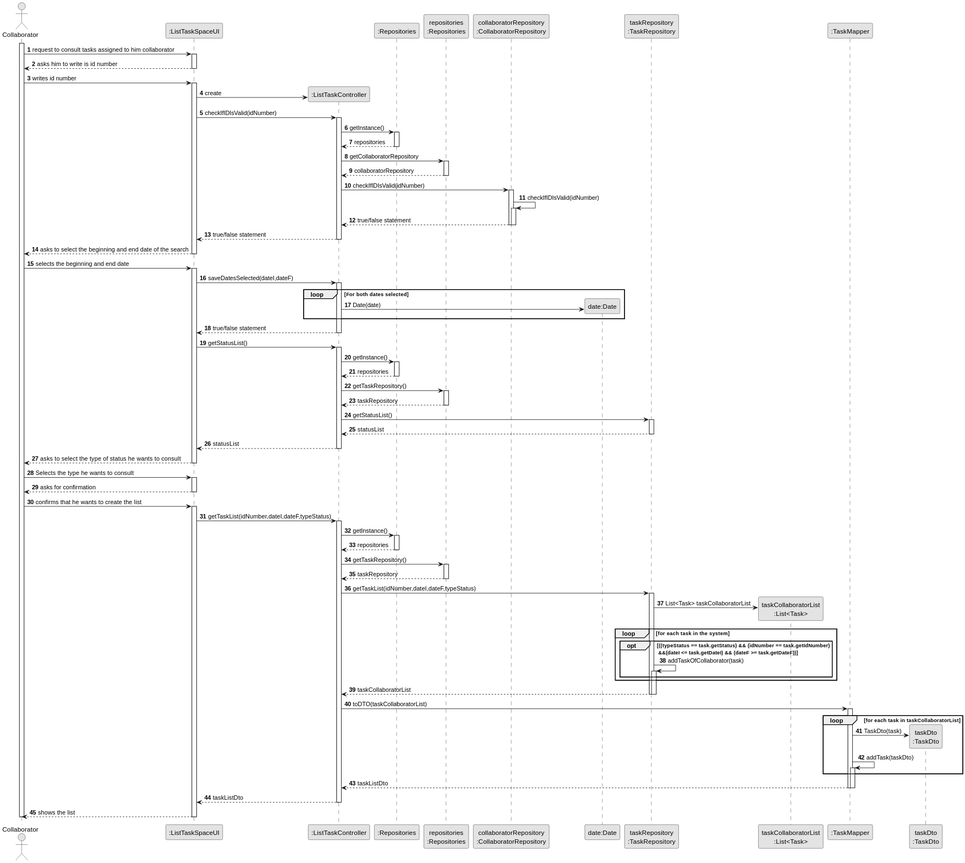
Before: docs/sprintC/us028/03.design/svg/us028-sequence-diagram-full.svg, a diagram exported from PlantUML (diogoveirospro/lei-24-s2-1dg-g072). Its diagram source:
```plantuml
@startuml
skinparam monochrome true
skinparam packageStyle rectangle
skinparam shadowing false

autonumber

actor "Collaborator" as Col
participant ":ListTaskSpaceUI" as UI
participant ":ListTaskController" as CTRL
participant ":Repositories" as RepositorySingleton
participant "repositories\n:Repositories" as REP
participant "collaboratorRepository\n:CollaboratorRepository" as collaboratorRepository
participant "date:Date" as Date
participant "taskRepository\n:TaskRepository" as taskRepository
participant "taskCollaboratorList\n:List<Task>" as list
participant ":TaskMapper" as Mapper
participant "taskDto\n:TaskDto" as DTO

activate Col

           Col -> UI : request to consult tasks assigned to him collaborator
           activate UI

               UI --> Col : asks him to write is id number
           deactivate UI

           Col -> UI : writes id number


           activate UI

                UI -> CTRL** : create
                UI -> CTRL: checkIfIDIsValid(idNumber)
                activate CTRL

                        CTRL -> RepositorySingleton: getInstance()
                        activate RepositorySingleton

                                RepositorySingleton --> CTRL: repositories
                        deactivate RepositorySingleton

                        CTRL -> REP: getCollaboratorRepository
                        activate REP

                                REP --> CTRL: collaboratorRepository
                        deactivate REP

                        CTRL -> collaboratorRepository: checkIfIDIsValid(idNumber)
                        activate collaboratorRepository

                                collaboratorRepository -> collaboratorRepository: checkIfIDIsValid(idNumber)
                                activate collaboratorRepository

                                        collaboratorRepository --> CTRL: true/false statement
                                deactivate collaboratorRepository

                        deactivate collaboratorRepository
                        CTRL --> UI: true/false statement
                deactivate CTRL
               UI --> Col : asks to select the beginning and end date of the search
           deactivate UI

           Col -> UI : selects the beginning and end date
           activate UI

                    UI -> CTRL: saveDatesSelected(dateI,dateF)
                    activate CTRL
                            loop For both dates selected
                            CTRL -> Date**: Date(date)
                            end
                            CTRL --> UI: true/false statement
                    deactivate CTRL

                    UI -> CTRL: getStatusList()
                    activate CTRL

                            CTRL -> RepositorySingleton: getInstance()
                            activate RepositorySingleton

                                    RepositorySingleton --> CTRL: repositories
                            deactivate RepositorySingleton

                            CTRL -> REP: getTaskRepository()
                            activate REP

                                    REP --> CTRL: taskRepository
                            deactivate REP

                            CTRL -> taskRepository: getStatusList()

                            activate taskRepository

                                    taskRepository --> CTRL: statusList
                            deactivate taskRepository

                            CTRL --> UI: statusList
                    deactivate CTRL
                   UI --> Col: asks to select the type of status he wants to consult
           deactivate UI

           Col -> UI : Selects the type he wants to consult
        activate UI

            UI --> Col : asks for confirmation
        deactivate UI
            Col -> UI : confirms that he wants to create the list
        activate UI



            UI -> CTRL : getTaskList(idNumber,dateI,dateF,typeStatus)
            activate CTRL

                CTRL -> RepositorySingleton : getInstance()
                activate RepositorySingleton

                    RepositorySingleton --> CTRL: repositories
                deactivate RepositorySingleton

                CTRL -> REP : getTaskRepository()
                activate REP

                    REP --> CTRL: taskRepository
                deactivate REP

                CTRL -> taskRepository : getTaskList(idNumber,dateI,dateF,typeStatus)

                activate taskRepository

                        taskRepository -> list**: List<Task> taskCollaboratorList

                        loop for each task in the system
                        opt ((typeStatus == task.getStatus) && (idNumber == task.getIdNumber)\n &&(dateI <= task.getDateI) && (dateF >= task.getDateF))

                            taskRepository -> taskRepository: addTaskOfCollaborator(task)
                            activate taskRepository



                        end

                        end



                        taskRepository --> CTRL : taskCollaboratorList

                deactivate taskRepository

                deactivate taskRepository

            CTRL -> Mapper : toDTO(taskCollaboratorList)
            activate Mapper
                    loop for each task in taskCollaboratorList

                        Mapper -> DTO** : TaskDto(task)

                        Mapper -> Mapper : addTask(taskDto)
                        activate Mapper
                    end
                    Mapper --> CTRL : taskListDto
                    deactivate Mapper

            deactivate Mapper
            CTRL --> UI: taskListDto
            deactivate CTRL
            UI --> Col: shows the list
    deactivate UI

deactivate Col
@enduml
```
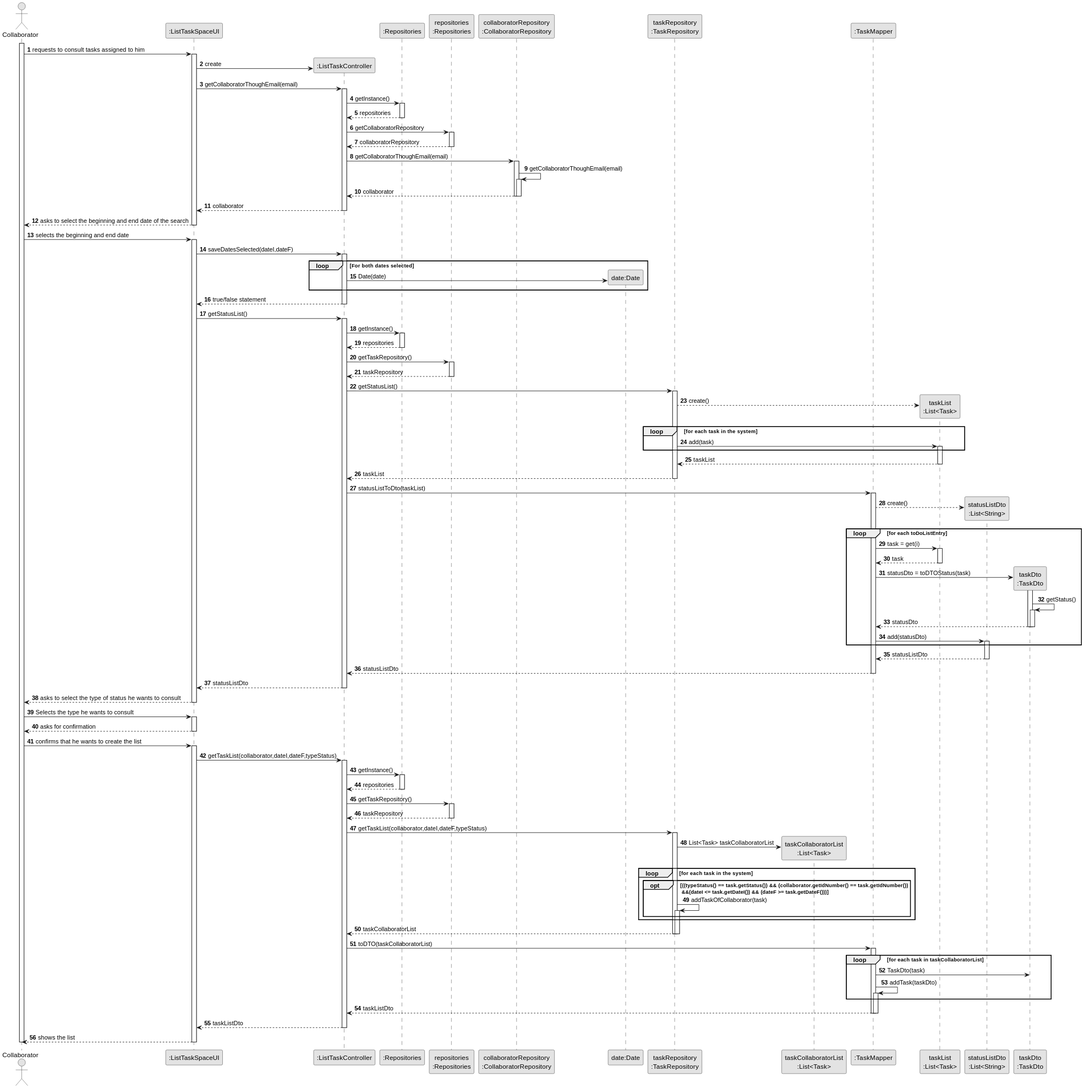
After the commit.

Diff of the diagram source:
```diff
@@ -15,23 +15,19 @@
 participant "taskRepository\n:TaskRepository" as taskRepository
 participant "taskCollaboratorList\n:List<Task>" as list
 participant ":TaskMapper" as Mapper
+participant "taskList\n:List<Task>" as LISTTASK
+participant "statusListDto\n:List<String>" as LISTSTATUSTODTO
+
 participant "taskDto\n:TaskDto" as DTO
 
 activate Col
 
-           Col -> UI : request to consult tasks assigned to him collaborator
-           activate UI
-
-               UI --> Col : asks him to write is id number
-           deactivate UI
-
-           Col -> UI : writes id number
-
+           Col -> UI : requests to consult tasks assigned to him
 
            activate UI
 
                 UI -> CTRL** : create
-                UI -> CTRL: checkIfIDIsValid(idNumber)
+                UI -> CTRL: getCollaboratorThoughEmail(email)
                 activate CTRL
 
                         CTRL -> RepositorySingleton: getInstance()
@@ -46,17 +42,17 @@
                                 REP --> CTRL: collaboratorRepository
                         deactivate REP
 
-                        CTRL -> collaboratorRepository: checkIfIDIsValid(idNumber)
+                        CTRL -> collaboratorRepository: getCollaboratorThoughEmail(email)
                         activate collaboratorRepository
 
-                                collaboratorRepository -> collaboratorRepository: checkIfIDIsValid(idNumber)
+                                collaboratorRepository -> collaboratorRepository: getCollaboratorThoughEmail(email)
                                 activate collaboratorRepository
 
-                                        collaboratorRepository --> CTRL: true/false statement
+                                        collaboratorRepository --> CTRL: collaborator
                                 deactivate collaboratorRepository
 
                         deactivate collaboratorRepository
-                        CTRL --> UI: true/false statement
+                        CTRL --> UI: collaborator
                 deactivate CTRL
                UI --> Col : asks to select the beginning and end date of the search
            deactivate UI
@@ -91,10 +87,62 @@
 
                             activate taskRepository
 
-                                    taskRepository --> CTRL: statusList
+
+                                                        taskRepository --> LISTTASK** : create()
+
+
+                                                            loop for each task in the system
+                                                                taskRepository -> LISTTASK : add(task)
+                                                                activate LISTTASK
+
+                                                            end
+
+                                                            LISTTASK --> taskRepository : taskList
+                                                        deactivate LISTTASK
+
+
+
+                                    taskRepository --> CTRL: taskList
                             deactivate taskRepository
 
-                            CTRL --> UI: statusList
+                            CTRL -> Mapper : statusListToDto(taskList)
+                                        activate Mapper
+
+                                            Mapper --> LISTSTATUSTODTO** : create()
+
+                                            loop for each toDoListEntry
+                                                Mapper -> LISTTASK : task = get(i)
+                                                activate LISTTASK
+
+                                                        LISTTASK --> Mapper : task
+                                                deactivate LISTTASK
+
+                                                Mapper -> DTO** : statusDto = toDTOStatus(task)
+
+
+
+                                                activate DTO
+                                                    DTO -> DTO : getStatus()
+                                                    activate DTO
+
+                                                    DTO --> Mapper : statusDto
+
+                                                    deactivate DTO
+
+                                                deactivate DTO
+                                                Mapper -> LISTSTATUSTODTO : add(statusDto)
+                                                activate LISTSTATUSTODTO
+
+                                                        end
+                                                        LISTSTATUSTODTO --> Mapper : statusListDto
+                                                deactivate LISTSTATUSTODTO
+
+
+
+                                            Mapper --> CTRL : statusListDto
+
+                                        deactivate Mapper
+                            CTRL --> UI: statusListDto
                     deactivate CTRL
                    UI --> Col: asks to select the type of status he wants to consult
            deactivate UI
@@ -109,7 +157,7 @@
 
 
 
-            UI -> CTRL : getTaskList(idNumber,dateI,dateF,typeStatus)
+            UI -> CTRL : getTaskList(collaborator,dateI,dateF,typeStatus)
             activate CTRL
 
                 CTRL -> RepositorySingleton : getInstance()
@@ -124,14 +172,14 @@
                     REP --> CTRL: taskRepository
                 deactivate REP
 
-                CTRL -> taskRepository : getTaskList(idNumber,dateI,dateF,typeStatus)
+                CTRL -> taskRepository : getTaskList(collaborator,dateI,dateF,typeStatus)
 
                 activate taskRepository
 
                         taskRepository -> list**: List<Task> taskCollaboratorList
 
                         loop for each task in the system
-                        opt ((typeStatus == task.getStatus) && (idNumber == task.getIdNumber)\n &&(dateI <= task.getDateI) && (dateF >= task.getDateF))
+                        opt ((typeStatus() == task.getStatus()) && (collaborator.getIdNumber() == task.getIdNumber())\n &&(dateI <= task.getDateI()) && (dateF >= task.getDateF()))
 
                             taskRepository -> taskRepository: addTaskOfCollaborator(task)
                             activate taskRepository
@@ -154,7 +202,7 @@
             activate Mapper
                     loop for each task in taskCollaboratorList
 
-                        Mapper -> DTO** : TaskDto(task)
+                        Mapper -> DTO : TaskDto(task)
 
                         Mapper -> Mapper : addTask(taskDto)
                         activate Mapper
```
